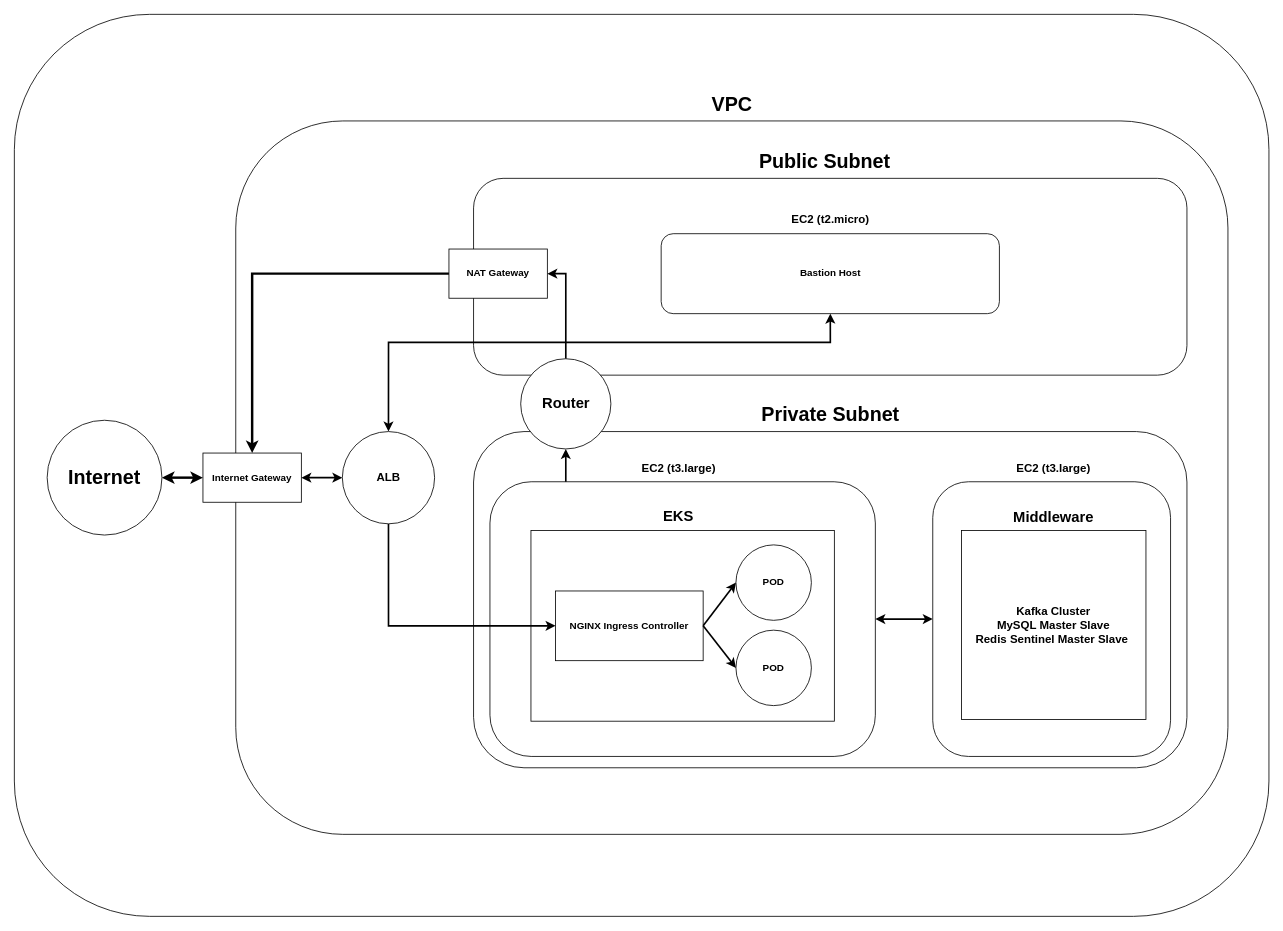
Before: backend/SystemDesign/deployment.drawio in xianwew/Microservice-E-Commerce-FullStack, a draw.io diagram. Source tidied: cells renumbered, new cells numbered last; positions are measured from the earlier drawing's top-left corner, leaving out a move shared by most shapes. Both pictures are drawn from the tidied source at 82%, with x=0, y=0 at pixel (14, 14).
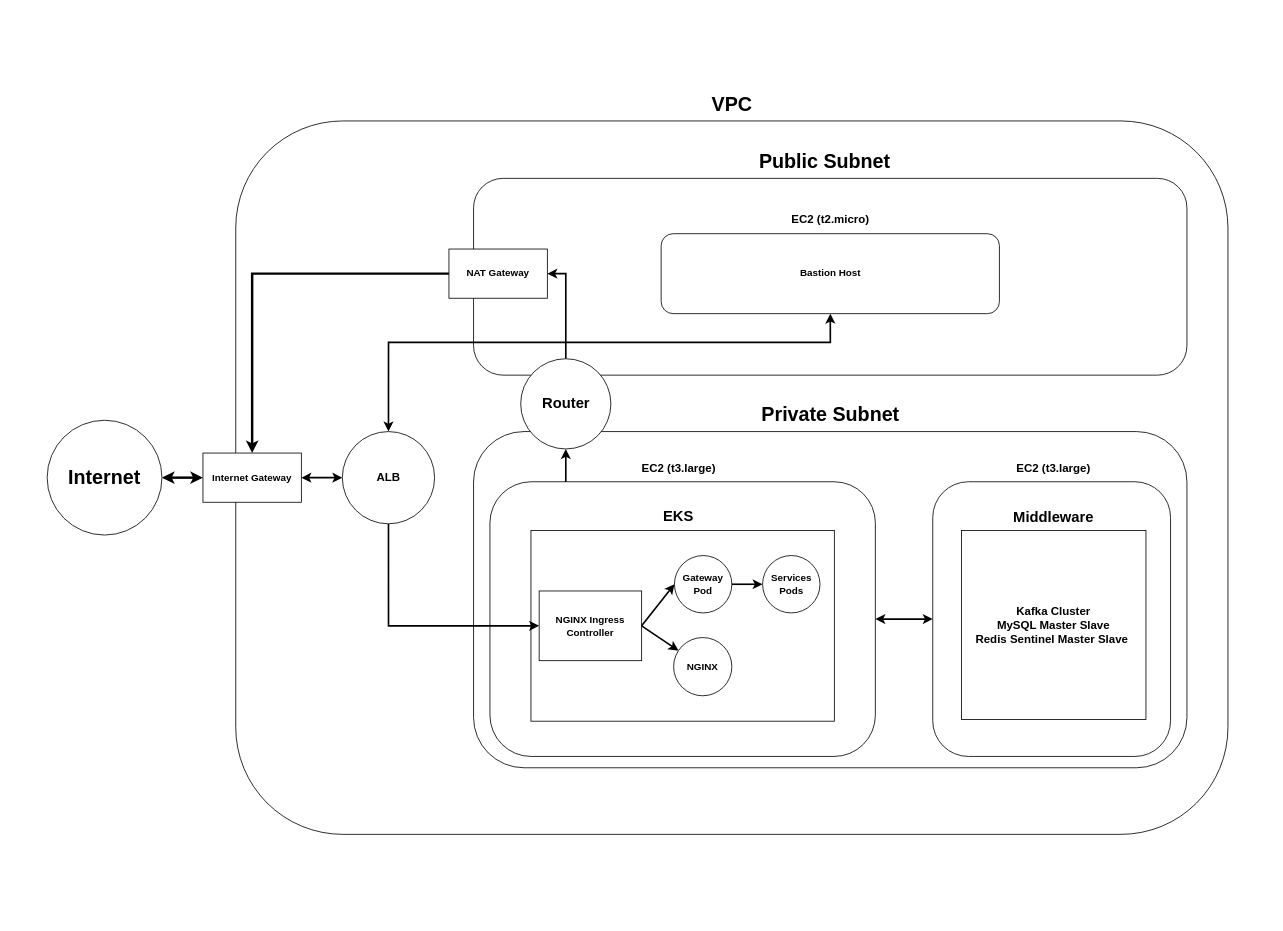
The same diagram, later.

Change to the diagram source:
```diff
@@
-    <mxCell id="2" style="rounded=1;whiteSpace=wrap;html=1;" parent="1" vertex="1">
-      <mxGeometry width="1530" height="1100" as="geometry" />
-    </mxCell>
+    <mxCell id="37" style="rounded=0;whiteSpace=wrap;html=1;strokeColor=none;" parent="1" vertex="1">
+      <mxGeometry x="5" y="67.5" width="1520" height="970" as="geometry" />
+    </mxCell>
@@
     <mxCell id="18" value="&lt;b&gt;NGINX Ingress Controller&lt;/b&gt;" style="rounded=0;whiteSpace=wrap;html=1;" parent="1" vertex="1">
-      <mxGeometry x="660" y="703.2" width="180" height="85" as="geometry" />
+      <mxGeometry x="640" y="703.2" width="125" height="85" as="geometry" />
     </mxCell>
@@
-    <mxCell id="20" value="&lt;b&gt;POD&lt;/b&gt;" style="ellipse;whiteSpace=wrap;html=1;" parent="1" vertex="1">
-      <mxGeometry x="880" y="647" width="92" height="92" as="geometry" />
-    </mxCell>
-    <mxCell id="21" value="&lt;b&gt;POD&lt;/b&gt;" style="ellipse;whiteSpace=wrap;html=1;" parent="1" vertex="1">
-      <mxGeometry x="880" y="751" width="92" height="92" as="geometry" />
+    <mxCell id="21" value="&lt;b&gt;Gateway Pod&lt;/b&gt;" style="ellipse;whiteSpace=wrap;html=1;" parent="1" vertex="1">
+      <mxGeometry x="805" y="660" width="70" height="70" as="geometry" />
     </mxCell>
@@
-    <mxCell id="24" style="endArrow=classic;html=1;rounded=0;exitX=1;exitY=0.5;exitDx=0;exitDy=0;entryX=0;entryY=0.5;entryDx=0;entryDy=0;strokeWidth=2;" parent="1" edge="1" source="18" target="20">
-      <mxGeometry relative="1" as="geometry" />
-    </mxCell>
@@
+    <mxCell id="38" value="&lt;b&gt;NGINX&lt;/b&gt;" style="ellipse;whiteSpace=wrap;html=1;" parent="1" vertex="1">
+      <mxGeometry x="804" y="760" width="71" height="71" as="geometry" />
+    </mxCell>
+    <mxCell id="39" style="endArrow=classic;html=1;rounded=0;strokeWidth=2;exitX=1;exitY=0.5;exitDx=0;exitDy=0;" parent="1" edge="1" source="18" target="38">
+      <mxGeometry relative="1" as="geometry" />
+    </mxCell>
+    <mxCell id="40" value="&lt;b&gt;Services Pods&lt;/b&gt;" style="ellipse;whiteSpace=wrap;html=1;" parent="1" vertex="1">
+      <mxGeometry x="912.5" y="660" width="70" height="70" as="geometry" />
+    </mxCell>
+    <mxCell id="41" style="endArrow=classic;html=1;rounded=0;strokeWidth=2;" parent="1" edge="1" source="21" target="40">
+      <mxGeometry relative="1" as="geometry" />
+    </mxCell>
```
